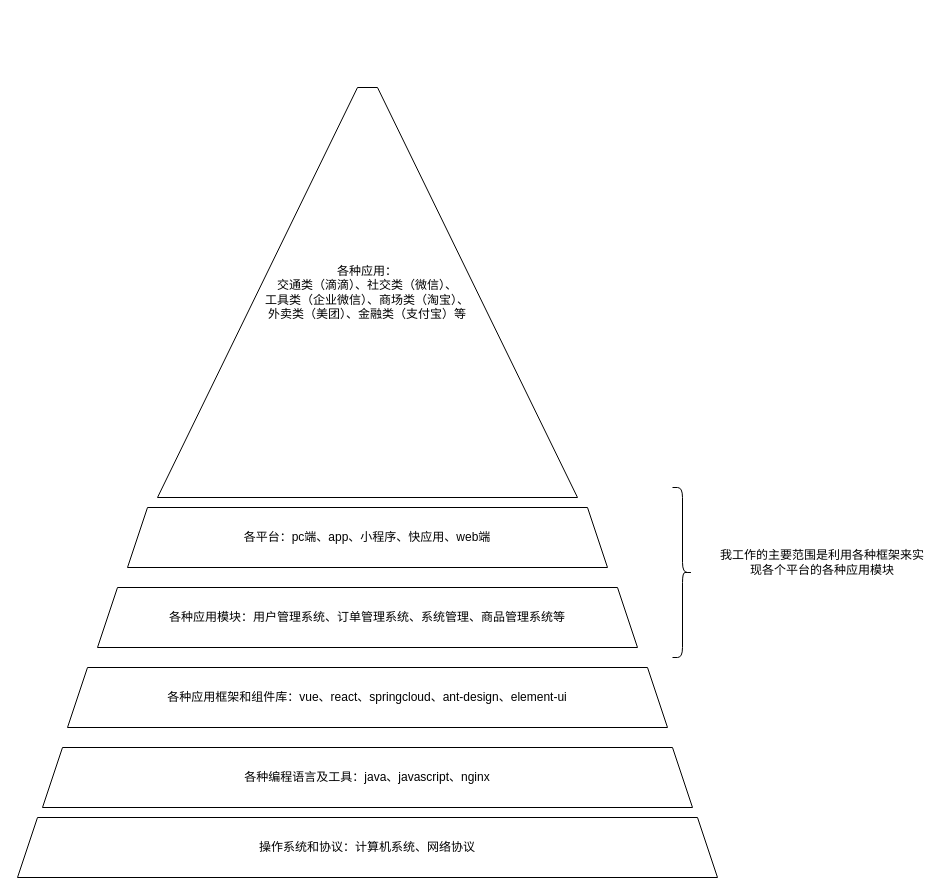
Earlier version of the draw.io diagram Untitled Diagram.drawio (youtingkun/diagram). Source tidied: cells renumbered, new cells numbered last; positions are measured from the earlier drawing's top-left corner, leaving out a move shared by most shapes. Both pictures are drawn from the tidied source at 100%, with x=0, y=0 at pixel (17, 87).
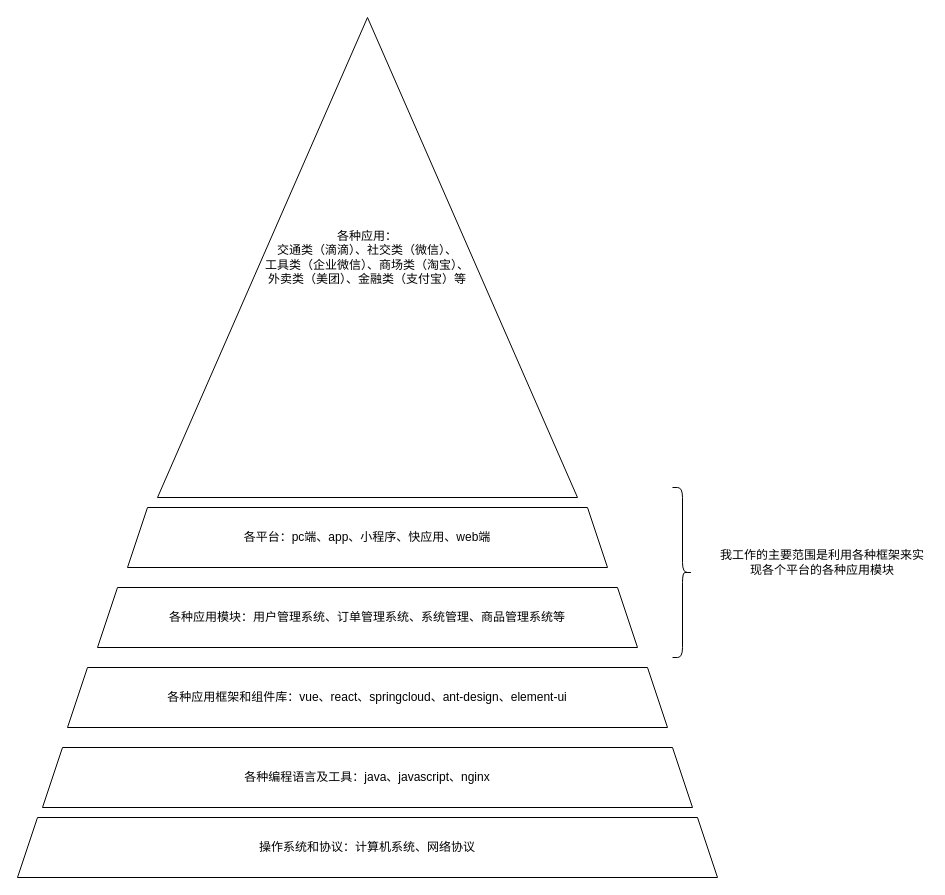
Above is the later version.

Commit message (it also covers changes not shown here):
互联网技术分层.drawio

The edit, as a diff of the source:
```diff
@@
 <mxGraphModel>
   <root>
     <mxCell id="0" />
     <mxCell id="1" parent="0" />
     <mxCell id="2" value="操作系统和协议：计算机系统、网络协议" style="shape=trapezoid;perimeter=trapezoidPerimeter;whiteSpace=wrap;html=1;fixedSize=1;" parent="1" vertex="1">
       <mxGeometry y="730" width="700" height="60" as="geometry" />
     </mxCell>
     <mxCell id="3" value="各种编程语言及工具：java、javascript、nginx" style="shape=trapezoid;perimeter=trapezoidPerimeter;whiteSpace=wrap;html=1;fixedSize=1;" parent="1" vertex="1">
       <mxGeometry x="25" y="660" width="650" height="60" as="geometry" />
     </mxCell>
     <mxCell id="4" value="各种应用框架和组件库：vue、react、springcloud、ant-design、element-ui" style="shape=trapezoid;perimeter=trapezoidPerimeter;whiteSpace=wrap;html=1;fixedSize=1;" parent="1" vertex="1">
       <mxGeometry x="50" y="580" width="600" height="60" as="geometry" />
     </mxCell>
     <mxCell id="5" value="各种应用模块：用户管理系统、订单管理系统、系统管理、商品管理系统等" style="shape=trapezoid;perimeter=trapezoidPerimeter;whiteSpace=wrap;html=1;fixedSize=1;" parent="1" vertex="1">
       <mxGeometry x="80" y="500" width="540" height="60" as="geometry" />
     </mxCell>
     <mxCell id="6" value="各平台：pc端、app、小程序、快应用、web端" style="shape=trapezoid;perimeter=trapezoidPerimeter;whiteSpace=wrap;html=1;fixedSize=1;" parent="1" vertex="1">
       <mxGeometry x="110" y="420" width="480" height="60" as="geometry" />
     </mxCell>
-    <mxCell id="7" value="各种应用：&lt;br&gt;交通类（滴滴）、社交类（微信）、&lt;br&gt;工具类（企业微信）、商场类（淘宝）、&lt;br&gt;外卖类（美团）、金融类（支付宝）等" style="shape=trapezoid;perimeter=trapezoidPerimeter;whiteSpace=wrap;html=1;fixedSize=1;size=200;" parent="1" vertex="1">
-      <mxGeometry x="140" width="420" height="410" as="geometry" />
+    <mxCell id="7" value="各种应用：&lt;br&gt;交通类（滴滴）、社交类（微信）、&lt;br&gt;工具类（企业微信）、商场类（淘宝）、&lt;br&gt;外卖类（美团）、金融类（支付宝）等" style="shape=trapezoid;perimeter=trapezoidPerimeter;whiteSpace=wrap;html=1;fixedSize=1;size=210;" parent="1" vertex="1">
+      <mxGeometry x="140" y="-70" width="420" height="480" as="geometry" />
     </mxCell>
     <mxCell id="8" style="shape=curlyBracket;whiteSpace=wrap;html=1;rounded=1;flipH=1;" parent="1" vertex="1">
       <mxGeometry x="655" y="400" width="20" height="170" as="geometry" />
     </mxCell>
     <mxCell id="9" value="我工作的主要范围是利用各种框架来实现各个平台的各种应用模块" style="text;html=1;strokeColor=none;fillColor=none;align=center;verticalAlign=middle;whiteSpace=wrap;rounded=0;" parent="1" vertex="1">
       <mxGeometry x="700" y="430" width="210" height="90" as="geometry" />
     </mxCell>
   </root>
 </mxGraphModel>
```
